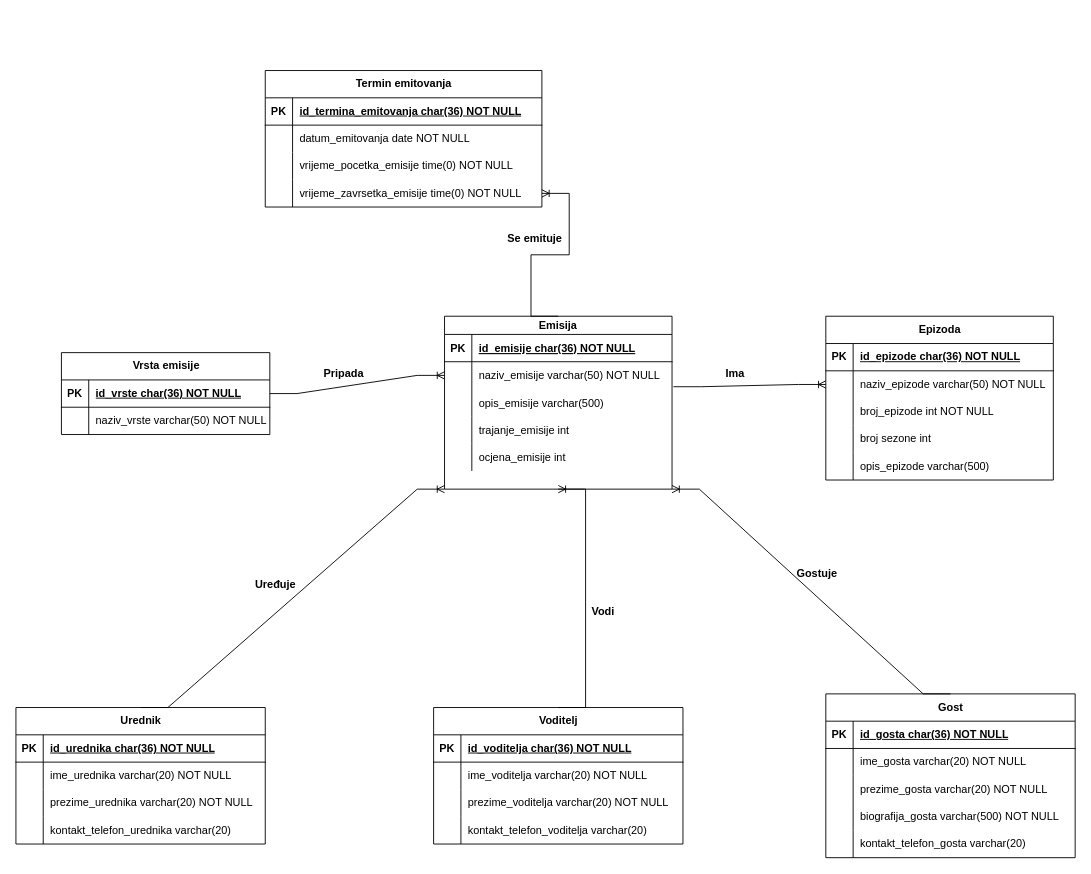
Above: page "Page-1" (1 of 2) of Untitled Diagram.drawio in emina-mahmutbegovic/process-information-systems (draw.io), before the change. Source tidied: cells renumbered, new cells numbered last; positions are measured from the earlier drawing's top-left corner, leaving out a move shared by most shapes. Both pictures are drawn from the tidied source at 91%, with x=0, y=0 at pixel (15, 70).
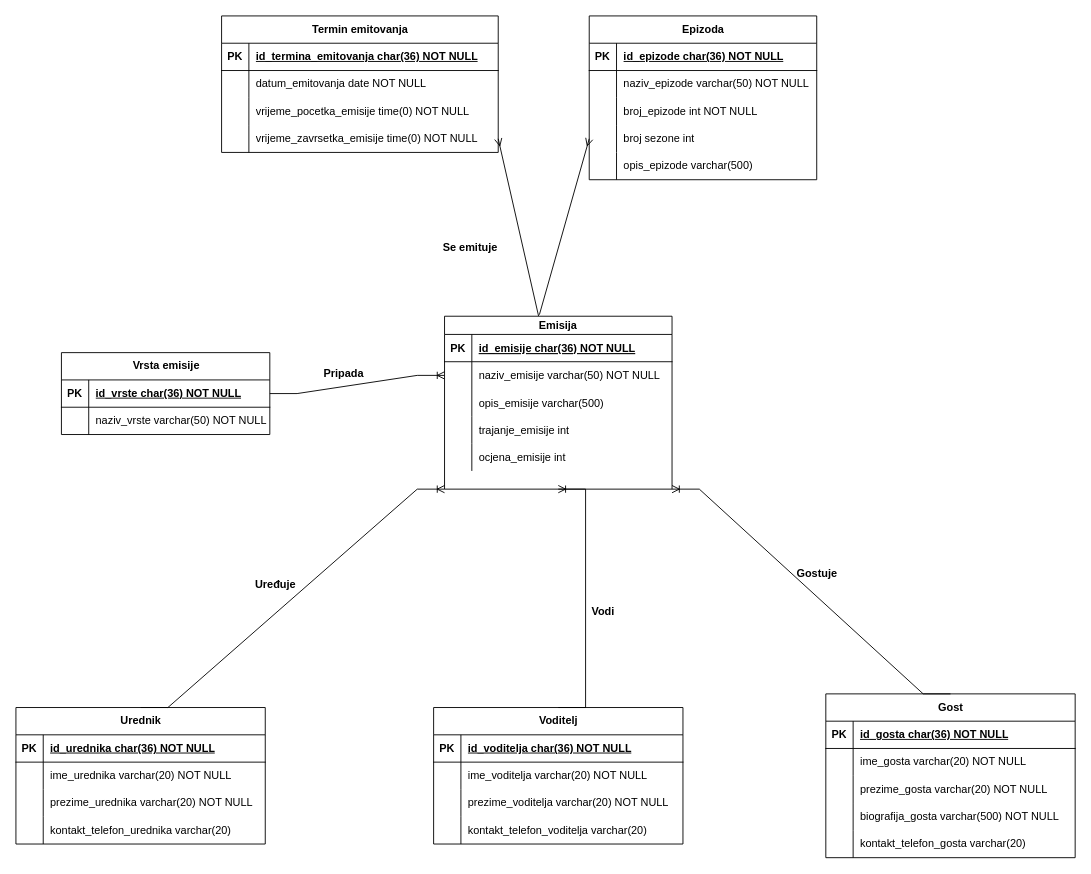
The same diagram, later.

Commit message:
update modela baze

Unchanged cells that the change refers to:
```xml
<mxCell id="2" value="Emisija" style="shape=table;startSize=20;childLayout=tableLayout;rowLines=0;fontStyle=1;align=center;" parent="1" vertex="1">
  <mxGeometry x="471" y="270" width="250" height="190" as="geometry" />
</mxCell>
<mxCell id="6" style="shape=partialRectangle;fillColor=none;points=[[0,0.5],[1,0.5]];portConstraint=eastwest;top=0;left=0;right=0;bottom=0;" parent="2" vertex="1">
  <mxGeometry y="50" width="250" height="30" as="geometry" />
</mxCell>
<mxCell id="30" style="shape=tableRow;horizontal=0;startSize=0;swimlaneHead=0;swimlaneBody=0;fillColor=none;points=[[0,0.5],[1,0.5]];portConstraint=eastwest;top=0;left=0;right=0;bottom=0;" parent="26" vertex="1">
  <mxGeometry y="60" width="250" height="30" as="geometry" />
</mxCell>
<mxCell id="36" style="shape=tableRow;horizontal=0;startSize=0;swimlaneHead=0;swimlaneBody=0;fillColor=none;points=[[0,0.5],[1,0.5]];portConstraint=eastwest;top=0;left=0;right=0;bottom=0;" parent="26" vertex="1">
  <mxGeometry y="120" width="250" height="30" as="geometry" />
</mxCell>
<mxCell id="98" style="shape=tableRow;horizontal=0;startSize=0;swimlaneHead=0;swimlaneBody=0;fillColor=none;points=[[0,0.5],[1,0.5]];portConstraint=eastwest;top=0;left=0;right=0;bottom=0;" parent="88" vertex="1">
  <mxGeometry y="120" width="304" height="30" as="geometry" />
</mxCell>
```

The edit, as a diff of the source:
```diff
@@
+    <mxCell id="101" style="edgeStyle=none;rounded=0;jettySize=auto;html=1;entryX=1;entryY=0.5;entryDx=0;entryDy=0;endArrow=ERmany;endFill=0;" parent="1" edge="1" source="2" target="98">
+      <mxGeometry relative="1" as="geometry" />
+    </mxCell>
+    <mxCell id="108" style="edgeStyle=none;rounded=0;jettySize=auto;html=1;entryX=0;entryY=0.5;entryDx=0;entryDy=0;exitX=0.417;exitY=-0.009;exitDx=0;exitDy=0;exitPerimeter=0;endArrow=ERmany;endFill=0;" parent="1" edge="1" source="2" target="36">
+      <mxGeometry relative="1" as="geometry" />
+    </mxCell>
@@
     <mxCell id="26" value="Epizoda" style="shape=table;startSize=30;childLayout=tableLayout;rowLines=0;fontStyle=1;align=center;html=1;" parent="1" vertex="1">
-      <mxGeometry x="890" y="270" width="250" height="180" as="geometry" />
+      <mxGeometry x="630" y="-60" width="250" height="180" as="geometry" />
     </mxCell>
@@
-    <mxCell id="42" style="edgeStyle=entityRelationEdgeStyle;fontSize=12;html=1;endArrow=ERoneToMany;rounded=0;entryX=0;entryY=0.5;entryDx=0;entryDy=0;exitX=1.006;exitY=0.916;exitDx=0;exitDy=0;exitPerimeter=0;" parent="1" edge="1" source="6" target="30">
-      <mxGeometry relative="1" as="geometry" />
-    </mxCell>
@@
     <mxCell id="88" value="Termin emitovanja" style="shape=table;startSize=30;childLayout=tableLayout;rowLines=0;fontStyle=1;align=center;html=1;" parent="1" vertex="1">
-      <mxGeometry x="274" width="304" height="150" as="geometry" />
+      <mxGeometry x="226" y="-60" width="304" height="150" as="geometry" />
     </mxCell>
@@
-    <mxCell id="101" style="edgeStyle=entityRelationEdgeStyle;fontSize=12;html=1;endArrow=ERoneToMany;rounded=0;exitX=0.5;exitY=0;exitDx=0;exitDy=0;entryX=1;entryY=0.5;entryDx=0;entryDy=0;" parent="1" edge="1" source="2" target="98">
-      <mxGeometry relative="1" as="geometry" />
-    </mxCell>
@@
     <mxCell id="103" value="&lt;b&gt;Se emituje&lt;/b&gt;" style="text;html=1;align=center;verticalAlign=middle;strokeColor=none;fillColor=none;" parent="1" vertex="1">
-      <mxGeometry x="530" y="170" width="80" height="30" as="geometry" />
+      <mxGeometry x="459" y="180" width="80" height="30" as="geometry" />
     </mxCell>
-    <mxCell id="104" value="&lt;b&gt;Ima&lt;/b&gt;" style="text;html=1;align=center;verticalAlign=middle;strokeColor=none;fillColor=none;" parent="1" vertex="1">
-      <mxGeometry x="770" y="318" width="40" height="30" as="geometry" />
-    </mxCell>
```
